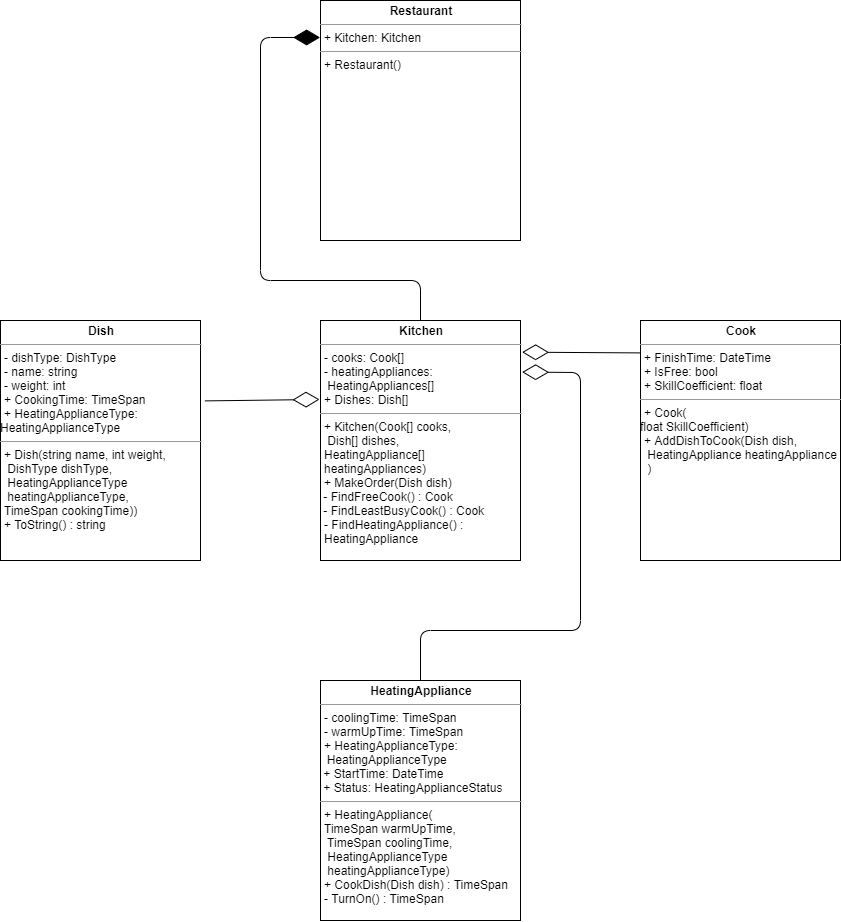
Above: UML/PZ-ClassDiagram-1.png in DenKu1/OrderManager (draw.io), before the change. Source tidied: cells renumbered, new cells last; positions are measured from the earlier drawing's top-left corner, leaving out a move shared by most shapes.
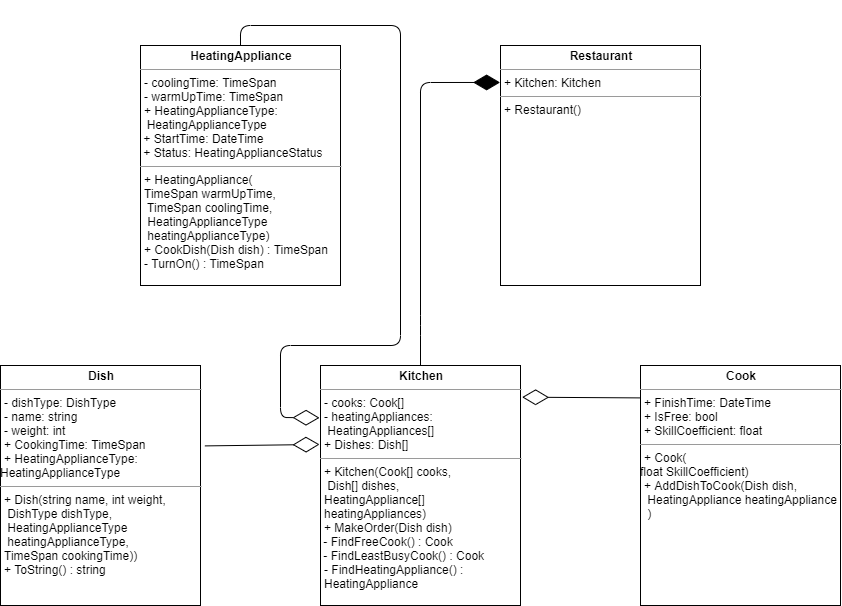
The same file after the commit.

What changed in the source:
```diff
@@ -6,13 +6,13 @@
       <mxGeometry y="320" width="200" height="240" as="geometry" />
     </mxCell>
     <mxCell id="3" value="&lt;p style=&quot;margin: 0px ; margin-top: 4px ; text-align: center&quot;&gt;&lt;b&gt;Restaurant&lt;/b&gt;&lt;/p&gt;&lt;hr size=&quot;1&quot;&gt;&lt;p style=&quot;margin: 0px ; margin-left: 4px&quot;&gt;+ Kitchen: Kitchen&lt;/p&gt;&lt;p style=&quot;margin: 0px ; margin-left: 4px&quot;&gt;&lt;/p&gt;&lt;hr size=&quot;1&quot;&gt;&lt;p style=&quot;margin: 0px ; margin-left: 4px&quot;&gt;+ Restaurant(&lt;span&gt;)&lt;/span&gt;&lt;/p&gt;&lt;p style=&quot;margin: 0px ; margin-left: 4px&quot;&gt;&lt;br&gt;&lt;/p&gt;" style="verticalAlign=top;align=left;overflow=fill;fontSize=12;fontFamily=Helvetica;html=1;" parent="1" vertex="1">
-      <mxGeometry x="320" width="200" height="240" as="geometry" />
+      <mxGeometry x="500" width="200" height="240" as="geometry" />
     </mxCell>
     <mxCell id="4" value="&lt;p style=&quot;margin: 0px ; margin-top: 4px ; text-align: center&quot;&gt;&lt;b&gt;Cook&lt;/b&gt;&lt;/p&gt;&lt;hr size=&quot;1&quot;&gt;&lt;p style=&quot;margin: 0px ; margin-left: 4px&quot;&gt;+ FinishTime: DateTime&lt;/p&gt;&lt;p style=&quot;margin: 0px ; margin-left: 4px&quot;&gt;+ IsFree: bool&lt;/p&gt;&lt;p style=&quot;margin: 0px ; margin-left: 4px&quot;&gt;+ SkillCoefficient: float&lt;/p&gt;&lt;p style=&quot;margin: 0px ; margin-left: 4px&quot;&gt;&lt;/p&gt;&lt;hr size=&quot;1&quot;&gt;&lt;p style=&quot;margin: 0px ; margin-left: 4px&quot;&gt;+ Cook(&lt;br&gt;&lt;/p&gt;float SkillCoefficient)&lt;p style=&quot;margin: 0px ; margin-left: 4px&quot;&gt;+ AddDishToCook(Dish dish,&lt;/p&gt;&lt;p style=&quot;margin: 0px ; margin-left: 4px&quot;&gt;&amp;nbsp;HeatingAppliance heatingAppliance&lt;/p&gt;&lt;p style=&quot;margin: 0px ; margin-left: 4px&quot;&gt;&amp;nbsp;)&lt;/p&gt;&lt;p style=&quot;margin: 0px ; margin-left: 4px&quot;&gt;&lt;br&gt;&lt;/p&gt;&lt;br&gt;&lt;p style=&quot;margin: 0px ; margin-left: 4px&quot;&gt;&lt;br&gt;&lt;/p&gt;" style="verticalAlign=top;align=left;overflow=fill;fontSize=12;fontFamily=Helvetica;html=1;" parent="1" vertex="1">
       <mxGeometry x="640" y="320" width="200" height="240" as="geometry" />
     </mxCell>
     <mxCell id="5" value="&lt;p style=&quot;margin: 0px ; margin-top: 4px ; text-align: center&quot;&gt;&lt;b&gt;HeatingAppliance&lt;/b&gt;&lt;br&gt;&lt;/p&gt;&lt;hr size=&quot;1&quot;&gt;&lt;p style=&quot;margin: 0px ; margin-left: 4px&quot;&gt;- coolingTime: TimeSpan&lt;/p&gt;&lt;p style=&quot;margin: 0px ; margin-left: 4px&quot;&gt;- warmUpTime: TimeSpan&lt;/p&gt;&lt;p style=&quot;margin: 0px ; margin-left: 4px&quot;&gt;+ HeatingApplianceType:&amp;nbsp;&lt;/p&gt;&amp;nbsp; HeatingApplianceType&lt;br&gt;&amp;nbsp;+ StartTime: DateTime&lt;br&gt;&amp;nbsp;+ Status: HeatingApplianceStatus&lt;br&gt;&lt;p style=&quot;margin: 0px ; margin-left: 4px&quot;&gt;&lt;/p&gt;&lt;hr size=&quot;1&quot;&gt;&lt;p style=&quot;margin: 0px ; margin-left: 4px&quot;&gt;+ HeatingAppliance(&lt;/p&gt;&lt;p style=&quot;margin: 0px ; margin-left: 4px&quot;&gt;TimeSpan&amp;nbsp;&lt;span&gt;warmUpTime,&lt;/span&gt;&lt;/p&gt;&lt;p style=&quot;margin: 0px ; margin-left: 4px&quot;&gt;&amp;nbsp;TimeSpan coolingTime,&lt;/p&gt;&lt;p style=&quot;margin: 0px ; margin-left: 4px&quot;&gt;&amp;nbsp;HeatingApplianceType&lt;/p&gt;&lt;p style=&quot;margin: 0px ; margin-left: 4px&quot;&gt;&amp;nbsp;heatingApplianceType)&lt;/p&gt;&lt;p style=&quot;margin: 0px ; margin-left: 4px&quot;&gt;+ CookDish(Dish dish) : TimeSpan&lt;/p&gt;&lt;p style=&quot;margin: 0px ; margin-left: 4px&quot;&gt;- TurnOn() : TimeSpan&lt;/p&gt;&lt;br&gt;&lt;p style=&quot;margin: 0px ; margin-left: 4px&quot;&gt;&lt;br&gt;&lt;/p&gt;" style="verticalAlign=top;align=left;overflow=fill;fontSize=12;fontFamily=Helvetica;html=1;" parent="1" vertex="1">
-      <mxGeometry x="320" y="680" width="200" height="240" as="geometry" />
+      <mxGeometry x="140" width="200" height="240" as="geometry" />
     </mxCell>
     <mxCell id="6" value="&lt;p style=&quot;margin: 0px ; margin-top: 4px ; text-align: center&quot;&gt;&lt;b&gt;Kitchen&lt;/b&gt;&lt;br&gt;&lt;/p&gt;&lt;hr size=&quot;1&quot;&gt;&lt;p style=&quot;margin: 0px ; margin-left: 4px&quot;&gt;- cooks: Cook[]&lt;/p&gt;&lt;p style=&quot;margin: 0px ; margin-left: 4px&quot;&gt;- heatingAppliances:&lt;/p&gt;&lt;p style=&quot;margin: 0px ; margin-left: 4px&quot;&gt;&amp;nbsp;HeatingAppliances[]&lt;/p&gt;&lt;p style=&quot;margin: 0px ; margin-left: 4px&quot;&gt;+ Dishes: Dish[]&lt;/p&gt;&lt;p style=&quot;margin: 0px ; margin-left: 4px&quot;&gt;&lt;/p&gt;&lt;hr size=&quot;1&quot;&gt;&lt;p style=&quot;margin: 0px ; margin-left: 4px&quot;&gt;+ Kitchen(Cook[] cooks,&lt;/p&gt;&lt;p style=&quot;margin: 0px ; margin-left: 4px&quot;&gt;&amp;nbsp;Dish[] dishes,&amp;nbsp;&lt;/p&gt;&lt;p style=&quot;margin: 0px ; margin-left: 4px&quot;&gt;HeatingAppliance[]&amp;nbsp;&lt;/p&gt;&lt;p style=&quot;margin: 0px ; margin-left: 4px&quot;&gt;heatingAppliances)&lt;/p&gt;&lt;p style=&quot;margin: 0px ; margin-left: 4px&quot;&gt;+ MakeOrder(Dish dish)&lt;/p&gt;&amp;nbsp;- FindFreeCook() : Cook&lt;br&gt;&amp;nbsp;- FindLeastBusyCook() : Cook&lt;br&gt;&lt;p style=&quot;margin: 0px ; margin-left: 4px&quot;&gt;- FindHeatingAppliance() :&amp;nbsp;&lt;/p&gt;&lt;p style=&quot;margin: 0px ; margin-left: 4px&quot;&gt;HeatingAppliance&lt;/p&gt;" style="verticalAlign=top;align=left;overflow=fill;fontSize=12;fontFamily=Helvetica;html=1;" parent="1" vertex="1">
       <mxGeometry x="320" y="320" width="200" height="240" as="geometry" />
@@ -23,12 +23,14 @@
     <mxCell id="8" style="endArrow=diamondThin;endFill=0;endSize=24;html=1;entryX=1.008;entryY=0.132;entryDx=0;entryDy=0;exitX=-0.002;exitY=0.135;exitDx=0;exitDy=0;entryPerimeter=0;exitPerimeter=0;" parent="1" edge="1" source="4" target="6">
       <mxGeometry relative="1" as="geometry" />
     </mxCell>
-    <mxCell id="9" style="endArrow=diamondThin;endFill=0;endSize=24;html=1;entryX=1.008;entryY=0.215;entryDx=0;entryDy=0;exitX=0.5;exitY=0;exitDx=0;exitDy=0;entryPerimeter=0;" parent="1" edge="1" source="5" target="6">
+    <mxCell id="9" style="endArrow=diamondThin;endFill=0;endSize=24;html=1;entryX=-0.005;entryY=0.218;entryDx=0;entryDy=0;exitX=0.5;exitY=0;exitDx=0;exitDy=0;entryPerimeter=0;" parent="1" edge="1" source="5" target="6">
       <mxGeometry relative="1" as="geometry">
         <Array as="points">
-          <mxPoint x="420" y="630" />
-          <mxPoint x="580" y="630" />
-          <mxPoint x="580" y="372" />
+          <mxPoint x="240" y="-20" />
+          <mxPoint x="400" y="-20" />
+          <mxPoint x="400" y="300" />
+          <mxPoint x="280" y="300" />
+          <mxPoint x="280" y="372" />
         </Array>
       </mxGeometry>
     </mxCell>
@@ -36,8 +38,7 @@
       <mxGeometry relative="1" as="geometry">
         <Array as="points">
           <mxPoint x="420" y="280" />
-          <mxPoint x="260" y="280" />
-          <mxPoint x="260" y="37" />
+          <mxPoint x="420" y="37" />
         </Array>
       </mxGeometry>
     </mxCell>
```
